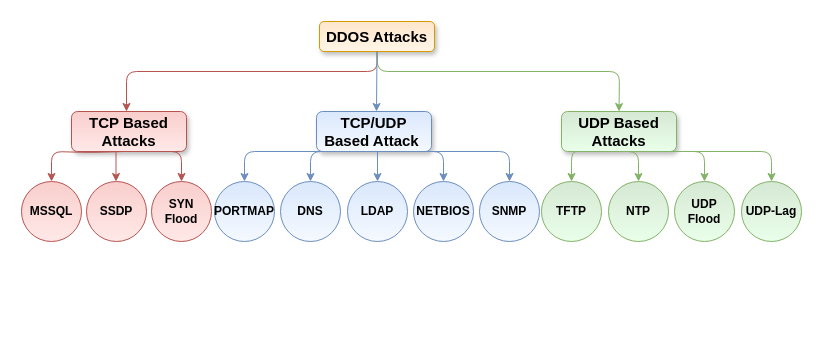
Before: Untitled Diagram.drawio in DrakeCullen/DDoS, a draw.io diagram. Source tidied: cells renumbered, new cells numbered last; positions are measured from the earlier drawing's top-left corner, leaving out a move shared by most shapes. Both pictures are drawn from the tidied source at 100%, with x=0, y=0 at pixel (21, 21).
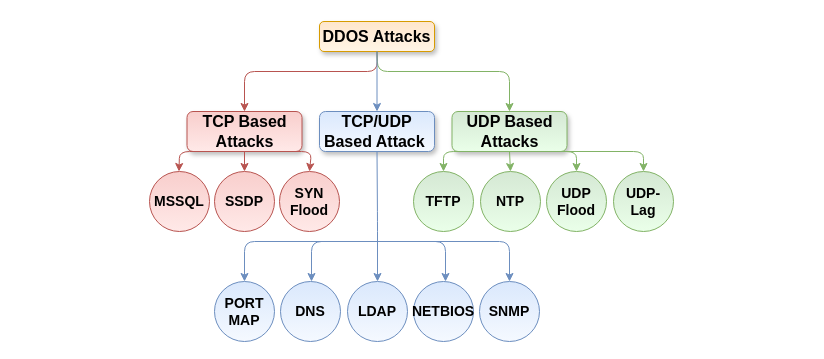
Above is the later version.

The edit, as a diff of the source:
```diff
@@
-    <mxCell id="2" value="&lt;font style=&quot;font-size: 15px&quot;&gt;&lt;b&gt;DDOS Attacks&lt;/b&gt;&lt;/font&gt;" style="rounded=1;whiteSpace=wrap;html=1;strokeColor=#d79b00;fillColor=#FFE6CC;gradientColor=#FFF5E6;shadow=1;" parent="1" vertex="1">
+    <mxCell id="2" value="&lt;font style=&quot;font-size: 16px;&quot;&gt;&lt;b style=&quot;font-size: 16px;&quot;&gt;DDOS Attacks&lt;/b&gt;&lt;/font&gt;" style="rounded=1;whiteSpace=wrap;html=1;strokeColor=#d79b00;fillColor=#FFE6CC;gradientColor=#FFF5E6;shadow=1;fontSize=16;" parent="1" vertex="1">
       <mxGeometry x="298" width="115" height="30" as="geometry" />
     </mxCell>
-    <mxCell id="3" style="endArrow=classic;html=1;entryX=0.5;entryY=0;entryDx=0;entryDy=0;exitX=0.5;exitY=1;exitDx=0;exitDy=0;fillColor=#f8cecc;strokeColor=#b85450;" parent="1" edge="1" source="2">
+    <mxCell id="3" style="endArrow=classic;html=1;exitX=0.5;exitY=1;exitDx=0;exitDy=0;fillColor=#f8cecc;strokeColor=#b85450;entryX=0.5;entryY=0;entryDx=0;entryDy=0;" parent="1" edge="1" source="2" target="6">
       <mxGeometry relative="1" as="geometry">
-        <mxPoint x="105" y="90" as="targetPoint" />
         <Array as="points">
           <mxPoint x="356" y="50" />
-          <mxPoint x="105" y="50" />
+          <mxPoint x="223" y="50" />
         </Array>
       </mxGeometry>
     </mxCell>
     <mxCell id="4" style="endArrow=classic;html=1;entryX=0.5;entryY=0;entryDx=0;entryDy=0;exitX=0.5;exitY=1;exitDx=0;exitDy=0;fillColor=#d5e8d4;strokeColor=#82b366;" parent="1" edge="1" source="2" target="8">
       <mxGeometry relative="1" as="geometry">
         <Array as="points">
           <mxPoint x="356" y="50" />
-          <mxPoint x="598" y="50" />
+          <mxPoint x="488" y="50" />
         </Array>
       </mxGeometry>
     </mxCell>
-    <mxCell id="5" style="endArrow=classic;html=1;exitX=0.5;exitY=1;exitDx=0;exitDy=0;fillColor=#dae8fc;strokeColor=#6c8ebf;" parent="1" edge="1" source="2">
-      <mxGeometry relative="1" as="geometry">
-        <mxPoint x="355" y="90" as="targetPoint" />
-      </mxGeometry>
+    <mxCell id="5" style="endArrow=classic;html=1;exitX=0.5;exitY=1;exitDx=0;exitDy=0;fillColor=#dae8fc;strokeColor=#6c8ebf;entryX=0.5;entryY=0;entryDx=0;entryDy=0;" parent="1" edge="1" source="2" target="7">
+      <mxGeometry relative="1" as="geometry" />
     </mxCell>
-    <mxCell id="6" value="&lt;font style=&quot;font-size: 15px&quot;&gt;&lt;b&gt;TCP Based Attacks&lt;/b&gt;&lt;/font&gt;" style="rounded=1;whiteSpace=wrap;html=1;fillColor=#f8cecc;strokeColor=#b85450;gradientColor=#FFE9E8;shadow=1;" parent="1" vertex="1">
-      <mxGeometry x="50" y="90" width="115" height="40" as="geometry" />
+    <mxCell id="6" value="&lt;font style=&quot;font-size: 16px;&quot;&gt;&lt;b style=&quot;font-size: 16px;&quot;&gt;TCP Based Attacks&lt;/b&gt;&lt;/font&gt;" style="rounded=1;whiteSpace=wrap;html=1;fillColor=#f8cecc;strokeColor=#b85450;gradientColor=#FFE9E8;shadow=1;fontSize=16;" parent="1" vertex="1">
+      <mxGeometry x="165.5" y="90" width="115" height="40" as="geometry" />
     </mxCell>
-    <mxCell id="7" value="&lt;span style=&quot;font-size: 15px&quot;&gt;&lt;b&gt;TCP/UDP Based Attack&lt;span style=&quot;white-space: pre&quot;&gt; &lt;/span&gt;&lt;/b&gt;&lt;/span&gt;" style="rounded=1;whiteSpace=wrap;html=1;fillColor=#dae8fc;strokeColor=#6c8ebf;gradientColor=#F5F9FF;shadow=1;" parent="1" vertex="1">
-      <mxGeometry x="295" y="90" width="115" height="40" as="geometry" />
+    <mxCell id="7" value="&lt;span style=&quot;font-size: 16px;&quot;&gt;&lt;b style=&quot;font-size: 16px;&quot;&gt;TCP/UDP Based Attack&lt;span style=&quot;white-space: pre; font-size: 16px;&quot;&gt; &lt;/span&gt;&lt;/b&gt;&lt;/span&gt;" style="rounded=1;whiteSpace=wrap;html=1;fillColor=#dae8fc;strokeColor=#6c8ebf;gradientColor=#F5F9FF;shadow=1;fontSize=16;" parent="1" vertex="1">
+      <mxGeometry x="298" y="90" width="115" height="40" as="geometry" />
     </mxCell>
-    <mxCell id="8" value="&lt;font style=&quot;font-size: 15px&quot;&gt;&lt;b&gt;UDP Based Attacks&lt;/b&gt;&lt;/font&gt;" style="rounded=1;whiteSpace=wrap;html=1;fillColor=#d5e8d4;strokeColor=#82b366;gradientColor=#EAFFE9;shadow=1;" parent="1" vertex="1">
-      <mxGeometry x="540" y="90" width="115" height="40" as="geometry" />
+    <mxCell id="8" value="&lt;font style=&quot;font-size: 16px;&quot;&gt;&lt;b style=&quot;font-size: 16px;&quot;&gt;UDP Based Attacks&lt;/b&gt;&lt;/font&gt;" style="rounded=1;whiteSpace=wrap;html=1;fillColor=#d5e8d4;strokeColor=#82b366;gradientColor=#EAFFE9;shadow=1;fontSize=16;" parent="1" vertex="1">
+      <mxGeometry x="430.5" y="90" width="115" height="40" as="geometry" />
     </mxCell>
-    <mxCell id="9" style="group;shadow=1;" parent="1" vertex="1">
-      <mxGeometry x="193" y="160" width="325" height="60" as="geometry" />
-    </mxCell>
+    <mxCell id="25" style="endArrow=classic;html=1;fillColor=#f8cecc;strokeColor=#b85450;exitX=0.5;exitY=1;exitDx=0;exitDy=0;" parent="1" edge="1" source="6">
+      <mxGeometry relative="1" as="geometry">
+        <mxPoint x="157.5" y="150" as="targetPoint" />
+        <Array as="points">
+          <mxPoint x="158" y="130" />
+        </Array>
+      </mxGeometry>
+    </mxCell>
+    <mxCell id="26" style="endArrow=classic;html=1;exitX=0.5;exitY=1;exitDx=0;exitDy=0;entryX=0.5;entryY=0;entryDx=0;entryDy=0;fillColor=#f8cecc;strokeColor=#b85450;" parent="1" edge="1" source="6" target="16">
+      <mxGeometry relative="1" as="geometry">
+        <Array as="points">
+          <mxPoint x="290" y="130" />
+        </Array>
+      </mxGeometry>
+    </mxCell>
+    <mxCell id="29" style="endArrow=classic;html=1;entryX=0.5;entryY=0;entryDx=0;entryDy=0;fillColor=#dae8fc;strokeColor=#6c8ebf;exitX=0.5;exitY=1;exitDx=0;exitDy=0;" parent="1" edge="1" source="7" target="12">
+      <mxGeometry relative="1" as="geometry">
+        <Array as="points">
+          <mxPoint x="356" y="200" />
+        </Array>
+      </mxGeometry>
+    </mxCell>
+    <mxCell id="31" style="endArrow=classic;html=1;entryX=0.5;entryY=0;entryDx=0;entryDy=0;fillColor=#dae8fc;strokeColor=#6c8ebf;" parent="1" edge="1" target="10">
+      <mxGeometry relative="1" as="geometry">
+        <mxPoint x="360" y="220" as="sourcePoint" />
+        <Array as="points">
+          <mxPoint x="350" y="220" />
+          <mxPoint x="360" y="220" />
+          <mxPoint x="488" y="220" />
+        </Array>
+      </mxGeometry>
+    </mxCell>
+    <mxCell id="33" style="endArrow=classic;html=1;exitX=0.5;exitY=1;exitDx=0;exitDy=0;entryX=0.5;entryY=0;entryDx=0;entryDy=0;fillColor=#d5e8d4;strokeColor=#82b366;" parent="1" edge="1" source="8" target="22">
+      <mxGeometry relative="1" as="geometry" />
+    </mxCell>
+    <mxCell id="16" value="&lt;b style=&quot;font-size: 14px;&quot;&gt;SYN Flood&lt;/b&gt;" style="ellipse;whiteSpace=wrap;html=1;fillColor=#f8cecc;strokeColor=#b85450;gradientColor=#FFE9E8;fontSize=14;" parent="1" vertex="1">
+      <mxGeometry x="258" y="150" width="60" height="60" as="geometry" />
+    </mxCell>
+    <mxCell id="17" value="&lt;b style=&quot;font-size: 14px;&quot;&gt;SSDP&lt;/b&gt;" style="ellipse;whiteSpace=wrap;html=1;fillColor=#f8cecc;strokeColor=#b85450;gradientColor=#FFE9E8;fontSize=14;" parent="1" vertex="1">
+      <mxGeometry x="193" y="150" width="60" height="60" as="geometry" />
+    </mxCell>
+    <mxCell id="18" value="&lt;b style=&quot;font-size: 14px;&quot;&gt;MSSQL&lt;/b&gt;" style="ellipse;whiteSpace=wrap;html=1;fillColor=#f8cecc;strokeColor=#b85450;gradientColor=#FFE9E8;fontSize=14;" parent="1" vertex="1">
+      <mxGeometry x="128" y="150" width="60" height="60" as="geometry" />
+    </mxCell>
-    <mxCell id="10" value="&lt;b&gt;SNMP&lt;/b&gt;" style="ellipse;whiteSpace=wrap;html=1;fillColor=#dae8fc;strokeColor=#6c8ebf;gradientColor=#F5F9FF;" parent="9" vertex="1">
-      <mxGeometry x="265" width="60" height="60" as="geometry" />
+    <mxCell id="10" value="&lt;b style=&quot;font-size: 14px;&quot;&gt;SNMP&lt;/b&gt;" style="ellipse;whiteSpace=wrap;html=1;fillColor=#dae8fc;strokeColor=#6c8ebf;gradientColor=#F5F9FF;fontSize=14;" parent="1" vertex="1">
+      <mxGeometry x="458" y="260" width="60" height="60" as="geometry" />
     </mxCell>
-    <mxCell id="11" value="&lt;b&gt;NETBIOS&lt;/b&gt;" style="ellipse;whiteSpace=wrap;html=1;fillColor=#dae8fc;strokeColor=#6c8ebf;gradientColor=#F5F9FF;" parent="9" vertex="1">
-      <mxGeometry x="199" width="60" height="60" as="geometry" />
+    <mxCell id="11" value="&lt;b style=&quot;font-size: 14px;&quot;&gt;NETBIOS&lt;/b&gt;" style="ellipse;whiteSpace=wrap;html=1;fillColor=#dae8fc;strokeColor=#6c8ebf;gradientColor=#F5F9FF;fontSize=14;" parent="1" vertex="1">
+      <mxGeometry x="392" y="260" width="60" height="60" as="geometry" />
     </mxCell>
-    <mxCell id="12" value="&lt;b&gt;LDAP&lt;/b&gt;" style="ellipse;whiteSpace=wrap;html=1;fillColor=#dae8fc;strokeColor=#6c8ebf;gradientColor=#F5F9FF;" parent="9" vertex="1">
-      <mxGeometry x="133" width="60" height="60" as="geometry" />
+    <mxCell id="12" value="&lt;b style=&quot;font-size: 14px;&quot;&gt;LDAP&lt;/b&gt;" style="ellipse;whiteSpace=wrap;html=1;fillColor=#dae8fc;strokeColor=#6c8ebf;gradientColor=#F5F9FF;fontSize=14;" parent="1" vertex="1">
+      <mxGeometry x="326" y="260" width="60" height="60" as="geometry" />
     </mxCell>
-    <mxCell id="13" value="&lt;b&gt;DNS&lt;/b&gt;" style="ellipse;whiteSpace=wrap;html=1;fillColor=#dae8fc;strokeColor=#6c8ebf;gradientColor=#F5F9FF;" parent="9" vertex="1">
-      <mxGeometry x="66" width="60" height="60" as="geometry" />
+    <mxCell id="13" value="&lt;b style=&quot;font-size: 14px;&quot;&gt;DNS&lt;/b&gt;" style="ellipse;whiteSpace=wrap;html=1;fillColor=#dae8fc;strokeColor=#6c8ebf;gradientColor=#F5F9FF;fontSize=14;" parent="1" vertex="1">
+      <mxGeometry x="259" y="260" width="60" height="60" as="geometry" />
     </mxCell>
-    <mxCell id="14" value="&lt;b&gt;PORTMAP&lt;/b&gt;" style="ellipse;whiteSpace=wrap;html=1;fillColor=#dae8fc;strokeColor=#6c8ebf;gradientColor=#F5F9FF;" parent="9" vertex="1">
-      <mxGeometry width="60" height="60" as="geometry" />
+    <mxCell id="14" value="&lt;b style=&quot;font-size: 14px&quot;&gt;PORT MAP&lt;/b&gt;" style="ellipse;whiteSpace=wrap;html=1;fillColor=#dae8fc;strokeColor=#6c8ebf;gradientColor=#F5F9FF;fontSize=14;" parent="1" vertex="1">
+      <mxGeometry x="193" y="260" width="60" height="60" as="geometry" />
     </mxCell>
-    <mxCell id="15" style="group;shadow=1;" parent="1" vertex="1">
-      <mxGeometry y="160" width="190" height="60" as="geometry" />
-    </mxCell>
-    <mxCell id="16" value="&lt;b&gt;SYN Flood&lt;/b&gt;" style="ellipse;whiteSpace=wrap;html=1;fillColor=#f8cecc;strokeColor=#b85450;gradientColor=#FFE9E8;" parent="15" vertex="1">
-      <mxGeometry x="130" width="60" height="60" as="geometry" />
-    </mxCell>
-    <mxCell id="17" value="&lt;b&gt;SSDP&lt;/b&gt;" style="ellipse;whiteSpace=wrap;html=1;fillColor=#f8cecc;strokeColor=#b85450;gradientColor=#FFE9E8;" parent="15" vertex="1">
-      <mxGeometry x="65" width="60" height="60" as="geometry" />
-    </mxCell>
-    <mxCell id="18" value="&lt;b&gt;MSSQL&lt;/b&gt;" style="ellipse;whiteSpace=wrap;html=1;fillColor=#f8cecc;strokeColor=#b85450;gradientColor=#FFE9E8;" parent="15" vertex="1">
-      <mxGeometry width="60" height="60" as="geometry" />
-    </mxCell>
-    <mxCell id="19" style="group;shadow=1;" parent="1" vertex="1">
-      <mxGeometry x="520" y="160" width="260" height="60" as="geometry" />
-    </mxCell>
-    <mxCell id="20" value="&lt;b&gt;UDP-Lag&lt;/b&gt;" style="ellipse;whiteSpace=wrap;html=1;fillColor=#d5e8d4;strokeColor=#82b366;gradientColor=#EAFFE9;" parent="19" vertex="1">
-      <mxGeometry x="200" width="60" height="60" as="geometry" />
+    <mxCell id="20" value="&lt;b style=&quot;font-size: 14px;&quot;&gt;UDP-Lag&lt;/b&gt;" style="ellipse;whiteSpace=wrap;html=1;fillColor=#d5e8d4;strokeColor=#82b366;gradientColor=#EAFFE9;fontSize=14;" parent="1" vertex="1">
+      <mxGeometry x="592" y="150" width="60" height="60" as="geometry" />
     </mxCell>
-    <mxCell id="21" value="&lt;b&gt;UDP Flood&lt;/b&gt;" style="ellipse;whiteSpace=wrap;html=1;fillColor=#d5e8d4;strokeColor=#82b366;gradientColor=#EAFFE9;" parent="19" vertex="1">
-      <mxGeometry x="133" width="60" height="60" as="geometry" />
+    <mxCell id="21" value="&lt;b style=&quot;font-size: 14px;&quot;&gt;UDP Flood&lt;/b&gt;" style="ellipse;whiteSpace=wrap;html=1;fillColor=#d5e8d4;strokeColor=#82b366;gradientColor=#EAFFE9;fontSize=14;" parent="1" vertex="1">
+      <mxGeometry x="525" y="150" width="60" height="60" as="geometry" />
     </mxCell>
-    <mxCell id="22" value="&lt;b&gt;NTP&lt;/b&gt;" style="ellipse;whiteSpace=wrap;html=1;fillColor=#d5e8d4;strokeColor=#82b366;gradientColor=#EAFFE9;" parent="19" vertex="1">
-      <mxGeometry x="67" width="60" height="60" as="geometry" />
+    <mxCell id="22" value="&lt;b style=&quot;font-size: 14px;&quot;&gt;NTP&lt;/b&gt;" style="ellipse;whiteSpace=wrap;html=1;fillColor=#d5e8d4;strokeColor=#82b366;gradientColor=#EAFFE9;fontSize=14;" parent="1" vertex="1">
+      <mxGeometry x="459" y="150" width="60" height="60" as="geometry" />
     </mxCell>
-    <mxCell id="23" value="&lt;b&gt;TFTP&lt;/b&gt;" style="ellipse;whiteSpace=wrap;html=1;fillColor=#d5e8d4;strokeColor=#82b366;gradientColor=#EAFFE9;" parent="19" vertex="1">
-      <mxGeometry width="60" height="60" as="geometry" />
+    <mxCell id="23" value="&lt;b style=&quot;font-size: 14px;&quot;&gt;TFTP&lt;/b&gt;" style="ellipse;whiteSpace=wrap;html=1;fillColor=#d5e8d4;strokeColor=#82b366;gradientColor=#EAFFE9;fontSize=14;" parent="1" vertex="1">
+      <mxGeometry x="392" y="150" width="60" height="60" as="geometry" />
     </mxCell>
-    <mxCell id="24" style="endArrow=classic;html=1;entryX=0.5;entryY=0;entryDx=0;entryDy=0;fillColor=#f8cecc;strokeColor=#b85450;" parent="1" edge="1" target="18">
-      <mxGeometry relative="1" as="geometry">
-        <mxPoint x="102" y="130" as="sourcePoint" />
-        <Array as="points">
-          <mxPoint x="70" y="131" />
-          <mxPoint x="30" y="130" />
-        </Array>
-      </mxGeometry>
-    </mxCell>
-    <mxCell id="25" style="endArrow=classic;html=1;fillColor=#f8cecc;strokeColor=#b85450;" parent="1" edge="1">
-      <mxGeometry relative="1" as="geometry">
-        <mxPoint x="94.5" y="130" as="sourcePoint" />
-        <mxPoint x="94.5" y="160" as="targetPoint" />
-      </mxGeometry>
-    </mxCell>
-    <mxCell id="26" style="endArrow=classic;html=1;exitX=0.5;exitY=1;exitDx=0;exitDy=0;entryX=0.5;entryY=0;entryDx=0;entryDy=0;fillColor=#f8cecc;strokeColor=#b85450;" parent="1" edge="1" source="6" target="16">
-      <mxGeometry relative="1" as="geometry">
-        <Array as="points">
-          <mxPoint x="160" y="130" />
-        </Array>
-      </mxGeometry>
-    </mxCell>
-    <mxCell id="27" style="endArrow=classic;html=1;exitX=0.5;exitY=1;exitDx=0;exitDy=0;entryX=0.5;entryY=0;entryDx=0;entryDy=0;fillColor=#dae8fc;strokeColor=#6c8ebf;" parent="1" edge="1" source="7" target="14">
-      <mxGeometry relative="1" as="geometry">
-        <Array as="points">
-          <mxPoint x="223" y="130" />
-        </Array>
-      </mxGeometry>
-    </mxCell>
-    <mxCell id="28" style="endArrow=classic;html=1;exitX=0.5;exitY=1;exitDx=0;exitDy=0;entryX=0.5;entryY=0;entryDx=0;entryDy=0;fillColor=#dae8fc;strokeColor=#6c8ebf;" parent="1" edge="1" source="7" target="13">
-      <mxGeometry relative="1" as="geometry">
-        <Array as="points">
-          <mxPoint x="289" y="130" />
-        </Array>
-      </mxGeometry>
-    </mxCell>
-    <mxCell id="29" style="endArrow=classic;html=1;entryX=0.5;entryY=0;entryDx=0;entryDy=0;fillColor=#dae8fc;strokeColor=#6c8ebf;" parent="1" edge="1" target="12">
-      <mxGeometry relative="1" as="geometry">
-        <mxPoint x="356" y="130" as="sourcePoint" />
-      </mxGeometry>
-    </mxCell>
-    <mxCell id="30" style="endArrow=classic;html=1;exitX=0.5;exitY=1;exitDx=0;exitDy=0;entryX=0.5;entryY=0;entryDx=0;entryDy=0;fillColor=#dae8fc;strokeColor=#6c8ebf;" parent="1" edge="1" source="7" target="11">
-      <mxGeometry relative="1" as="geometry">
-        <Array as="points">
-          <mxPoint x="422" y="130" />
-        </Array>
-      </mxGeometry>
-    </mxCell>
-    <mxCell id="31" style="endArrow=classic;html=1;entryX=0.5;entryY=0;entryDx=0;entryDy=0;fillColor=#dae8fc;strokeColor=#6c8ebf;" parent="1" edge="1" target="10">
-      <mxGeometry relative="1" as="geometry">
-        <mxPoint x="360" y="130" as="sourcePoint" />
-        <Array as="points">
-          <mxPoint x="488" y="130" />
-        </Array>
-      </mxGeometry>
-    </mxCell>
+    <mxCell id="36" style="endArrow=classic;html=1;entryX=0.5;entryY=0;entryDx=0;entryDy=0;fillColor=#dae8fc;strokeColor=#6c8ebf;" parent="1" edge="1">
+      <mxGeometry relative="1" as="geometry">
+        <mxPoint x="296" y="220" as="sourcePoint" />
+        <mxPoint x="424" y="260" as="targetPoint" />
+        <Array as="points">
+          <mxPoint x="350" y="220" />
+          <mxPoint x="424" y="220" />
+        </Array>
+      </mxGeometry>
+    </mxCell>
+    <mxCell id="37" style="endArrow=classic;html=1;rounded=1;fontSize=14;entryX=0.5;entryY=0;entryDx=0;entryDy=0;fillColor=#dae8fc;strokeColor=#6c8ebf;" parent="1" edge="1" target="14">
+      <mxGeometry relative="1" as="geometry">
+        <mxPoint x="360" y="220" as="sourcePoint" />
+        <Array as="points">
+          <mxPoint x="223" y="220" />
+        </Array>
+      </mxGeometry>
+    </mxCell>
+    <mxCell id="38" style="endArrow=classic;html=1;rounded=1;fontSize=14;entryX=0.5;entryY=0;entryDx=0;entryDy=0;fillColor=#dae8fc;strokeColor=#6c8ebf;" parent="1" edge="1">
+      <mxGeometry relative="1" as="geometry">
+        <mxPoint x="427" y="220" as="sourcePoint" />
+        <mxPoint x="290" y="260" as="targetPoint" />
+        <Array as="points">
+          <mxPoint x="290" y="220" />
+        </Array>
+      </mxGeometry>
+    </mxCell>
+    <mxCell id="39" style="endArrow=classic;html=1;exitX=0.5;exitY=1;exitDx=0;exitDy=0;entryX=0.5;entryY=0;entryDx=0;entryDy=0;fillColor=#f8cecc;strokeColor=#b85450;" parent="1" edge="1" source="6" target="17">
+      <mxGeometry relative="1" as="geometry" />
+    </mxCell>
     <mxCell id="32" style="endArrow=classic;html=1;exitX=0.5;exitY=1;exitDx=0;exitDy=0;entryX=0.5;entryY=0;entryDx=0;entryDy=0;fillColor=#d5e8d4;strokeColor=#82b366;" parent="1" edge="1" source="8" target="23">
       <mxGeometry relative="1" as="geometry">
         <Array as="points">
-          <mxPoint x="570" y="130" />
-          <mxPoint x="550" y="130" />
+          <mxPoint x="422" y="130" />
         </Array>
       </mxGeometry>
     </mxCell>
-    <mxCell id="33" style="endArrow=classic;html=1;exitX=0.5;exitY=1;exitDx=0;exitDy=0;entryX=0.5;entryY=0;entryDx=0;entryDy=0;fillColor=#d5e8d4;strokeColor=#82b366;" parent="1" edge="1" source="8" target="22">
-      <mxGeometry relative="1" as="geometry">
-        <Array as="points">
-          <mxPoint x="617" y="130" />
-        </Array>
-      </mxGeometry>
-    </mxCell>
-    <mxCell id="34" style="endArrow=classic;html=1;entryX=0.5;entryY=0;entryDx=0;entryDy=0;fillColor=#d5e8d4;strokeColor=#82b366;" parent="1" edge="1" target="21">
-      <mxGeometry relative="1" as="geometry">
-        <mxPoint x="610" y="130" as="sourcePoint" />
-        <Array as="points">
-          <mxPoint x="683" y="130" />
-        </Array>
-      </mxGeometry>
-    </mxCell>
-    <mxCell id="35" style="endArrow=classic;html=1;entryX=0.5;entryY=0;entryDx=0;entryDy=0;fillColor=#d5e8d4;strokeColor=#82b366;" parent="1" edge="1" target="20">
-      <mxGeometry relative="1" as="geometry">
-        <mxPoint x="610" y="130" as="sourcePoint" />
-        <Array as="points">
-          <mxPoint x="750" y="130" />
-        </Array>
-      </mxGeometry>
-    </mxCell>
+    <mxCell id="40" style="endArrow=classic;html=1;exitX=0.5;exitY=1;exitDx=0;exitDy=0;entryX=0.5;entryY=0;entryDx=0;entryDy=0;fillColor=#d5e8d4;strokeColor=#82b366;fontStyle=1;" parent="1" edge="1" source="8" target="21">
+      <mxGeometry relative="1" as="geometry">
+        <Array as="points">
+          <mxPoint x="555" y="130" />
+        </Array>
+      </mxGeometry>
+    </mxCell>
+    <mxCell id="41" style="endArrow=classic;html=1;entryX=0.5;entryY=0;entryDx=0;entryDy=0;fillColor=#d5e8d4;strokeColor=#82b366;" parent="1" edge="1" target="20">
+      <mxGeometry relative="1" as="geometry">
+        <mxPoint x="490" y="130" as="sourcePoint" />
+        <Array as="points">
+          <mxPoint x="622" y="130" />
+        </Array>
+      </mxGeometry>
+    </mxCell>
```
